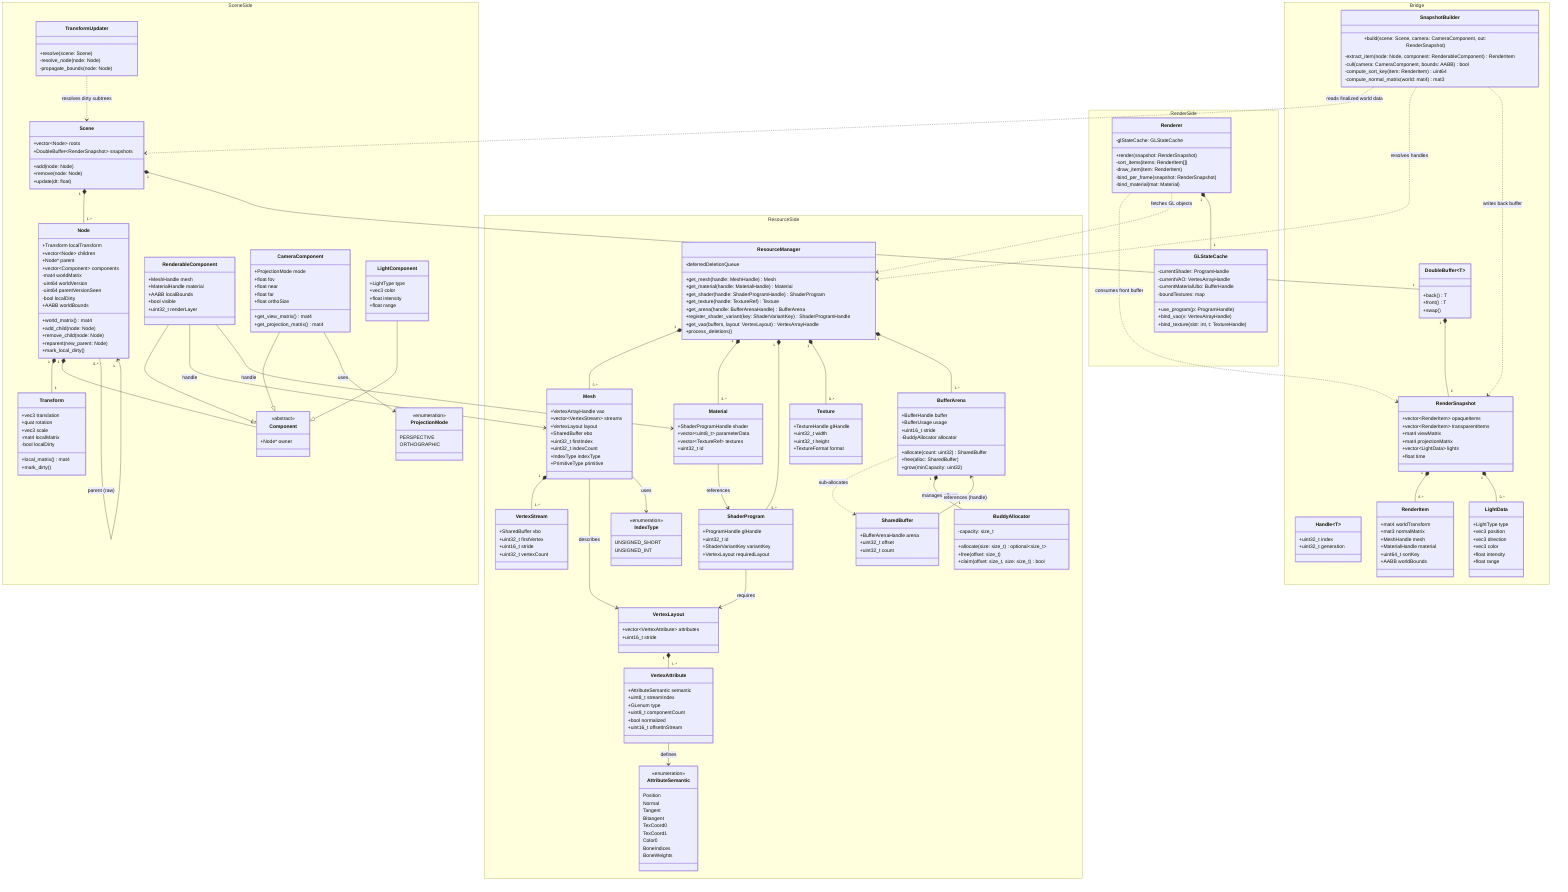
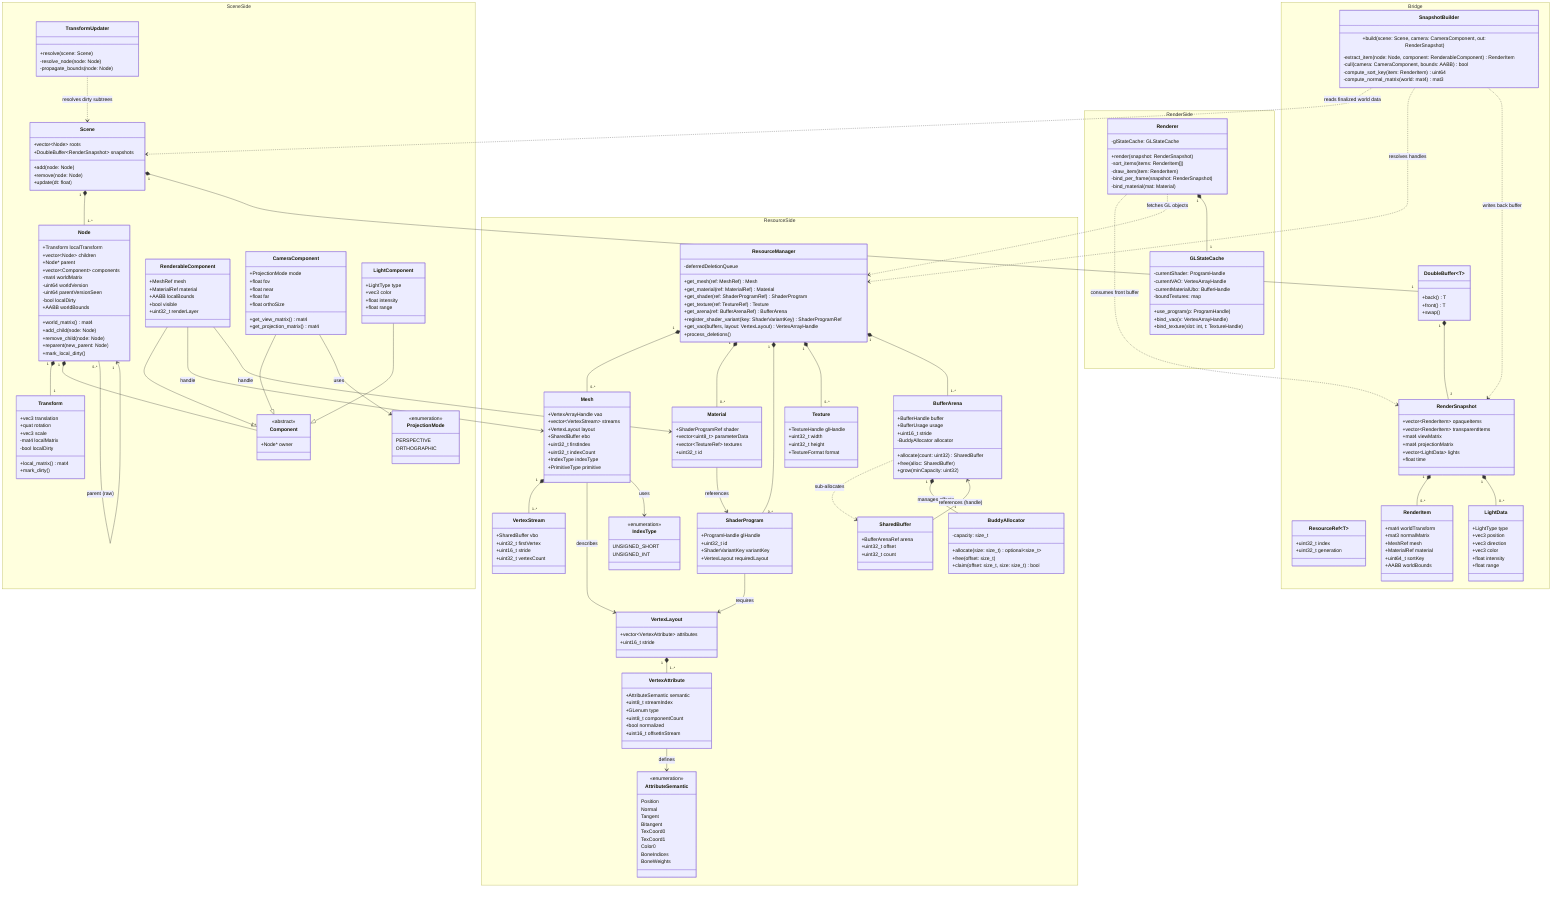
classDiagram
    namespace SceneSide {
        class Scene {
            +vector~Node~ roots
            +DoubleBuffer~RenderSnapshot~ snapshots
            +add(node: Node)
            +remove(node: Node)
            +update(dt: float)
        }

        class Node {
            +Transform localTransform
            +vector~Node~ children
            +Node* parent
            +vector~Component~ components
            -mat4 worldMatrix
            -uint64 worldVersion
            -uint64 parentVersionSeen
            -bool localDirty
            +AABB worldBounds
            +world_matrix() mat4
            +add_child(node: Node)
            +remove_child(node: Node)
            +reparent(new_parent: Node)
            +mark_local_dirty()
        }

        class Transform {
            +vec3 translation
            +quat rotation
            +vec3 scale
            -mat4 localMatrix
            -bool localDirty
            +local_matrix() mat4
            +mark_dirty()
        }

        class Component {
            <<abstract>>
            +Node* owner
        }

        class RenderableComponent {
-             +MeshHandle mesh
-             +MaterialHandle material
+             +MeshRef mesh
+             +MaterialRef material
            +AABB localBounds
            +bool visible
            +uint32_t renderLayer
        }

        class CameraComponent {
            +ProjectionMode mode
            +float fov
            +float near
            +float far
            +float orthoSize
            +get_view_matrix() mat4
            +get_projection_matrix() mat4
        }

        class ProjectionMode {
            <<enumeration>>
            PERSPECTIVE
            ORTHOGRAPHIC
        }

        class LightComponent {
            +LightType type
            +vec3 color
            +float intensity
            +float range
        }

        class TransformUpdater {
            +resolve(scene: Scene)
            -resolve_node(node: Node)
            -propagate_bounds(node: Node)
        }
    }

    namespace Bridge {
-         class Handle~T~ {
+         class ResourceRef~T~ {
            +uint32_t index
            +uint32_t generation
        }

        class SnapshotBuilder {
            +build(scene: Scene, camera: CameraComponent, out: RenderSnapshot)
            -extract_item(node: Node, component: RenderableComponent) RenderItem
            -cull(camera: CameraComponent, bounds: AABB) bool
            -compute_sort_key(item: RenderItem) uint64
            -compute_normal_matrix(world: mat4) mat3
        }

        class DoubleBuffer~T~ {
            +back() T
            +front() T
            +swap()
        }

        class RenderSnapshot {
            +vector~RenderItem~ opaqueItems
            +vector~RenderItem~ transparentItems
            +mat4 viewMatrix
            +mat4 projectionMatrix
            +vector~LightData~ lights
            +float time
        }

        class RenderItem {
            +mat4 worldTransform
            +mat3 normalMatrix
-             +MeshHandle mesh
-             +MaterialHandle material
+             +MeshRef mesh
+             +MaterialRef material
            +uint64_t sortKey
            +AABB worldBounds
        }

        class LightData {
            +LightType type
            +vec3 position
            +vec3 direction
            +vec3 color
            +float intensity
            +float range
        }
    }

    namespace ResourceSide {
        class ResourceManager {
-             +get_mesh(handle: MeshHandle) Mesh
-             +get_material(handle: MaterialHandle) Material
-             +get_shader(handle: ShaderProgramHandle) ShaderProgram
-             +get_texture(handle: TextureRef) Texture
-             +get_arena(handle: BufferArenaHandle) BufferArena
-             +register_shader_variant(key: ShaderVariantKey) ShaderProgramHandle
+             +get_mesh(ref: MeshRef) Mesh
+             +get_material(ref: MaterialRef) Material
+             +get_shader(ref: ShaderProgramRef) ShaderProgram
+             +get_texture(ref: TextureRef) Texture
+             +get_arena(ref: BufferArenaRef) BufferArena
+             +register_shader_variant(key: ShaderVariantKey) ShaderProgramRef
            +get_vao(buffers, layout: VertexLayout) VertexArrayHandle
            -deferredDeletionQueue
            +process_deletions()
        }

        class AttributeSemantic {
            <<enumeration>>
            Position
            Normal
            Tangent
            Bitangent
            TexCoord0
            TexCoord1
            Color0
            BoneIndices
            BoneWeights
        }

        class VertexAttribute {
            +AttributeSemantic semantic
            +uint8_t streamIndex
            +GLenum type
            +uint8_t componentCount
            +bool normalized
            +uint16_t offsetInStream
        }

        class VertexLayout {
            +vector~VertexAttribute~ attributes
            +uint16_t stride
        }

        class VertexStream {
            +SharedBuffer vbo
            +uint32_t firstVertex
            +uint16_t stride
            +uint32_t vertexCount
        }

        class IndexType {
            <<enumeration>>
            UNSIGNED_SHORT
            UNSIGNED_INT
        }

        class Mesh {
            +VertexArrayHandle vao
            +vector~VertexStream~ streams
            +VertexLayout layout
            +SharedBuffer ebo
            +uint32_t firstIndex
            +uint32_t indexCount
            +IndexType indexType
            +PrimitiveType primitive
        }

        class SharedBuffer {
-             +BufferArenaHandle arena
+             +BufferArenaRef arena
            +uint32_t offset
            +uint32_t count
        }

        class BufferArena {
            +BufferHandle buffer
            +BufferUsage usage
            +uint16_t stride
            -BuddyAllocator allocator
            +allocate(count: uint32) SharedBuffer
            +free(alloc: SharedBuffer)
            +grow(minCapacity: uint32)
        }

        class BuddyAllocator {
            -capacity: size_t
            +allocate(size: size_t) optional~size_t~
            +free(offset: size_t)
            +claim(offset: size_t, size: size_t) bool
        }

        class Material {
-             +ShaderProgramHandle shader
+             +ShaderProgramRef shader
            +vector~uint8_t~ parameterData
            +vector~TextureRef~ textures
            +uint32_t id
        }

        class ShaderProgram {
            +ProgramHandle glHandle
            +uint32_t id
            +ShaderVariantKey variantKey
            +VertexLayout requiredLayout
        }

        class Texture {
            +TextureHandle glHandle
            +uint32_t width
            +uint32_t height
            +TextureFormat format
        }
    }

    namespace RenderSide {
        class Renderer {
            +render(snapshot: RenderSnapshot)
            -sort_items(items: RenderItem[])
            -draw_item(item: RenderItem)
            -bind_per_frame(snapshot: RenderSnapshot)
            -bind_material(mat: Material)
            -glStateCache: GLStateCache
        }

        class GLStateCache {
            -currentShader: ProgramHandle
            -currentVAO: VertexArrayHandle
            -currentMaterialUbo: BufferHandle
            -boundTextures: map
            +use_program(p: ProgramHandle)
            +bind_vao(v: VertexArrayHandle)
            +bind_texture(slot: int, t: TextureHandle)
        }
    }

    Scene "1" *-- "1..*" Node
    Scene "1" *-- "1" DoubleBuffer
    Node "1" *-- "1" Transform
    Node "1" *-- "0..*" Component
    Node "1" *-- "0..*" Node : children
    Node "0..*" --> "1" Node : parent (raw)
    RenderableComponent --|> Component
    CameraComponent --|> Component
    LightComponent --|> Component
    CameraComponent --> ProjectionMode : uses

    TransformUpdater ..> Scene : resolves dirty subtrees
    SnapshotBuilder ..> Scene : reads finalized world data
    SnapshotBuilder ..> ResourceManager : resolves handles
    SnapshotBuilder ..> RenderSnapshot : writes back buffer

    DoubleBuffer "1" *-- "2" RenderSnapshot
    RenderSnapshot "1" *-- "0..*" RenderItem
    RenderSnapshot "1" *-- "0..*" LightData

    Renderer ..> RenderSnapshot : consumes front buffer
    Renderer ..> ResourceManager : fetches GL objects
    Renderer "1" *-- "1" GLStateCache

    ResourceManager "1" *-- "0..*" Mesh
    ResourceManager "1" *-- "0..*" Material
    ResourceManager "1" *-- "0..*" ShaderProgram
    ResourceManager "1" *-- "0..*" Texture
    ResourceManager "1" *-- "1..*" BufferArena

    BufferArena ..> SharedBuffer : sub-allocates
    BufferArena "1" *-- "1" BuddyAllocator : manages offsets
    SharedBuffer --> BufferArena : references (handle)
    Mesh "1" *-- "1..*" VertexStream
    Mesh --> VertexLayout : describes
    Mesh --> IndexType : uses
    VertexLayout "1" *-- "1..*" VertexAttribute
    VertexAttribute --> AttributeSemantic : defines

    Material --> ShaderProgram : references
    ShaderProgram --> VertexLayout : requires
    RenderableComponent --> Mesh : handle
    RenderableComponent --> Material : handle